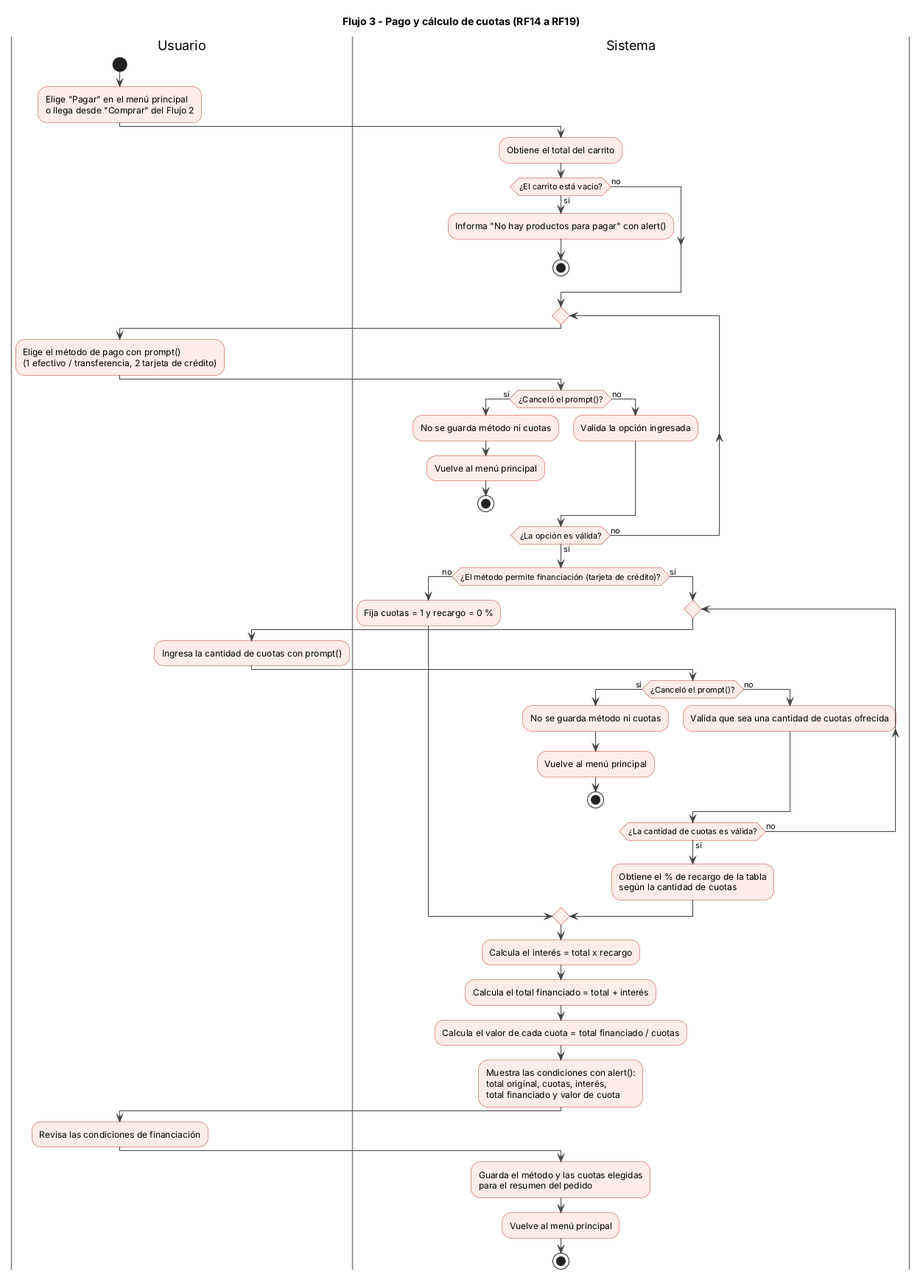
This is docs/05-diagramas/01-diagrama-de-actividades/actividad-flujo-3-pago-cuotas.png from angelgc9107-lgtm/ProyectoFerreteria_GRP05, a PlantUML export, as it was before one commit.
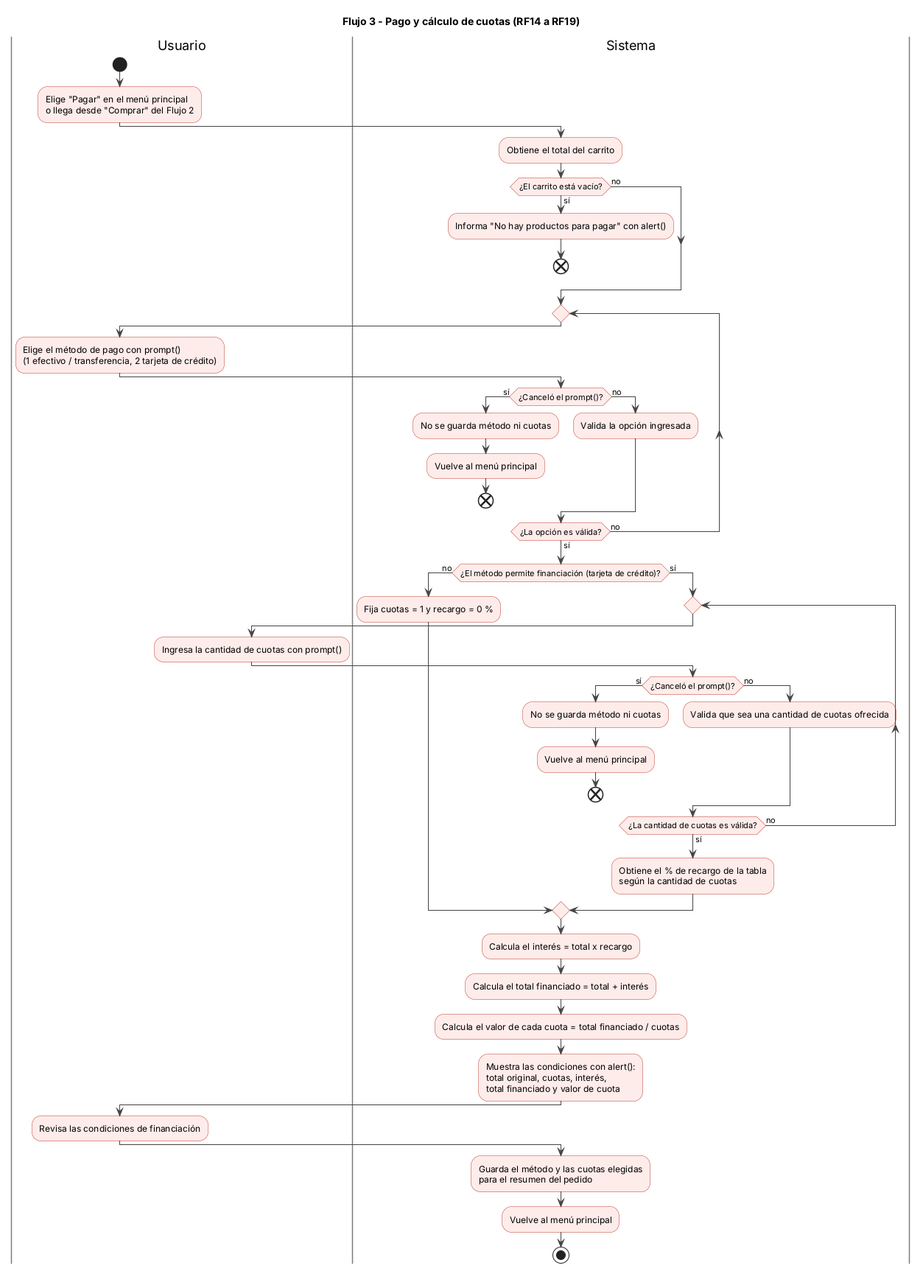
The same diagram one commit later.

Commit message:
fix(diagramas): único stop por flujo y end en salidas alternativas (RC1-RC3), con los .puml, los .png y diagramas-doc.md.

What changed in the source:
```diff
@@ -15,7 +15,7 @@
 :Obtiene el total del carrito;
 if (¿El carrito está vacío?) then (sí)
   :Informa "No hay productos para pagar" con alert();
-  stop
+  end
 else (no)
 endif
 
@@ -27,7 +27,7 @@
   if (¿Canceló el prompt()?) then (sí)
     :No se guarda método ni cuotas;
     :Vuelve al menú principal;
-    stop
+    end
   else (no)
     :Valida la opción ingresada;
   endif
@@ -44,7 +44,7 @@
     if (¿Canceló el prompt()?) then (sí)
       :No se guarda método ni cuotas;
       :Vuelve al menú principal;
-      stop
+      end
     else (no)
       :Valida que sea una cantidad de cuotas ofrecida;
     endif
```
